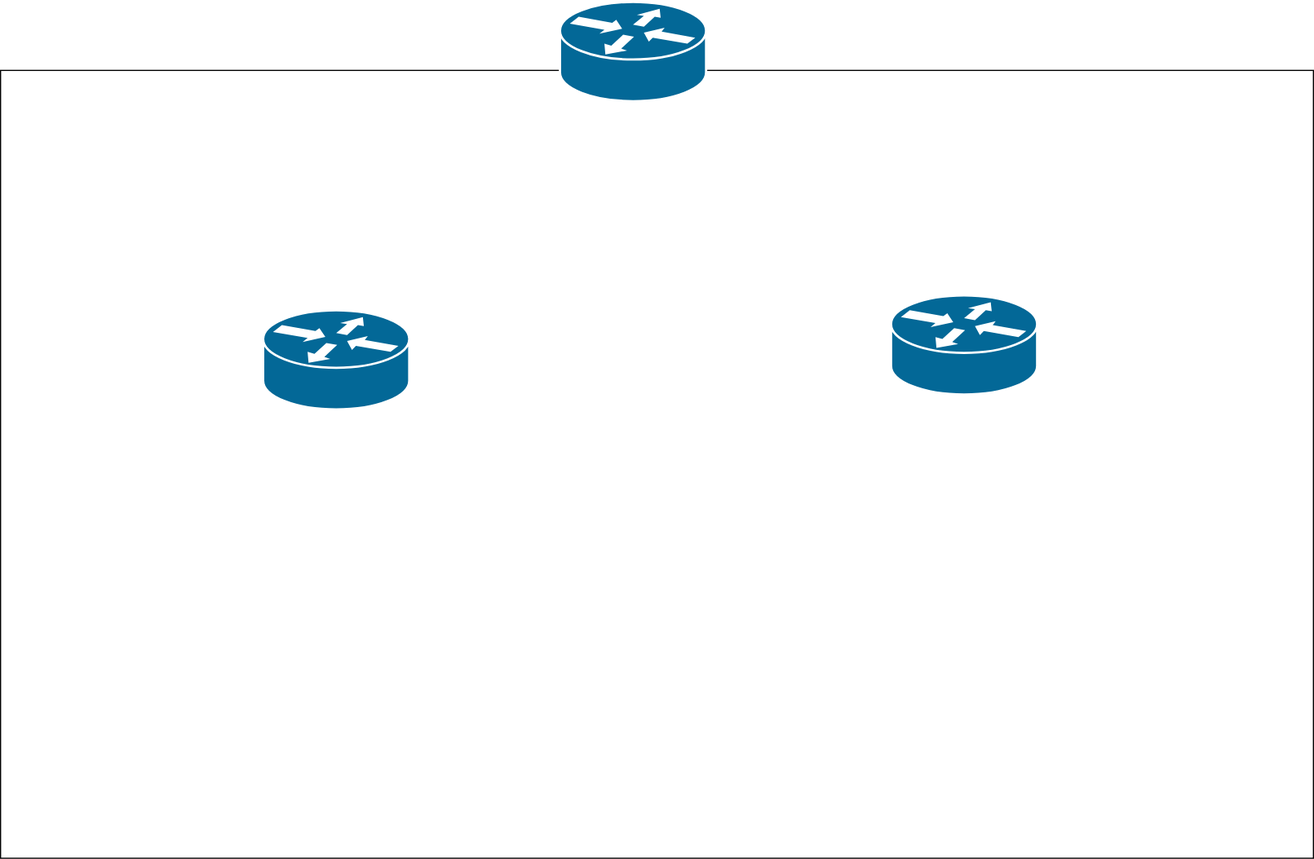
Earlier version of the draw.io export diagrams/vlan.drawio.svg (mu-ruU1/network-2022spring). Source tidied: cells renumbered, new cells last; positions are measured from the earlier drawing's top-left corner, leaving out a move shared by most shapes.
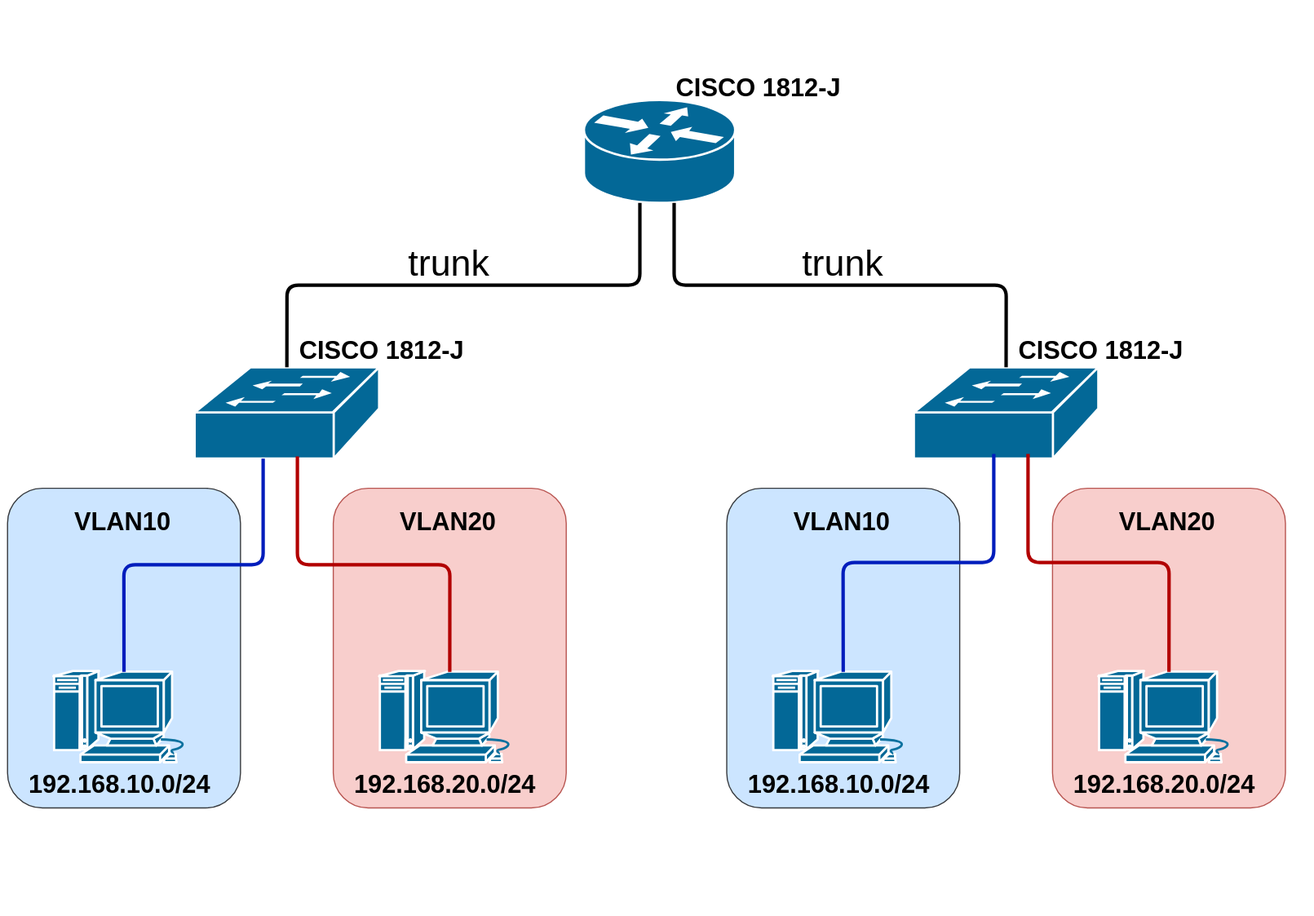
Later version of the same file.

Commit message:
トポロジ 完成

Change to the diagram source:
```diff
@@ -1,18 +1,125 @@
-<mxGraphModel background="#FFFFFF">
+<mxGraphModel background="#ffffff">
   <root>
     <mxCell id="0" />
     <mxCell id="1" parent="0" />
+    <mxCell id="6" style="rounded=1;whiteSpace=wrap;html=1;fontSize=22;fillColor=#f8cecc;strokeColor=#b85450;" parent="1" vertex="1">
+      <mxGeometry x="921.4" y="371" width="204.1" height="280" as="geometry" />
+    </mxCell>
+    <mxCell id="7" style="rounded=1;whiteSpace=wrap;html=1;fontSize=22;fillColor=#f8cecc;strokeColor=#b85450;" parent="1" vertex="1">
+      <mxGeometry x="291.4" y="371" width="204.1" height="280" as="geometry" />
+    </mxCell>
+    <mxCell id="8" style="rounded=1;whiteSpace=wrap;html=1;fontSize=22;fillColor=#cce5ff;strokeColor=#36393d;" parent="1" vertex="1">
+      <mxGeometry x="636.1" y="371" width="204.1" height="280" as="geometry" />
+    </mxCell>
+    <mxCell id="9" style="rounded=1;whiteSpace=wrap;html=1;fontSize=22;fillColor=#cce5ff;strokeColor=#36393d;" parent="1" vertex="1">
+      <mxGeometry x="6.1" y="371" width="204.1" height="280" as="geometry" />
+    </mxCell>
-    <mxCell id="2" style="rounded=0;whiteSpace=wrap;html=1;fillColor=none;" parent="1" vertex="1">
-      <mxGeometry y="60" width="1150" height="690" as="geometry" />
+    <mxCell id="2" style="rounded=0;whiteSpace=wrap;html=1;fillColor=none;strokeColor=none;" parent="1" vertex="1">
+      <mxGeometry y="-56" width="1150" height="800" as="geometry" />
     </mxCell>
-    <mxCell id="3" style="shape=mxgraph.cisco.routers.router;html=1;dashed=0;fillColor=#036897;strokeColor=#ffffff;strokeWidth=2;verticalLabelPosition=bottom;verticalAlign=top;align=center;" parent="1" vertex="1">
-      <mxGeometry x="230" y="270" width="128" height="87" as="geometry" />
-    </mxCell>
-    <mxCell id="4" style="shape=mxgraph.cisco.routers.router;html=1;dashed=0;fillColor=#036897;strokeColor=#ffffff;strokeWidth=2;verticalLabelPosition=bottom;verticalAlign=top;align=center;" parent="1" vertex="1">
-      <mxGeometry x="780" y="257" width="128" height="87" as="geometry" />
-    </mxCell>
     <mxCell id="5" style="shape=mxgraph.cisco.routers.router;html=1;dashed=0;fillColor=#036897;strokeColor=#ffffff;strokeWidth=2;verticalLabelPosition=bottom;verticalAlign=top;align=center;outlineConnect=0;" parent="1" vertex="1">
-      <mxGeometry x="490" width="128" height="87" as="geometry" />
+      <mxGeometry x="511" y="31" width="132.5" height="90" as="geometry" />
     </mxCell>
+    <mxCell id="10" value="CISCO 1812-J" style="text;whiteSpace=wrap;html=1;fontColor=#000000;fontStyle=1;fontSize=22;" parent="1" vertex="1">
+      <mxGeometry x="260" y="231" width="170" height="30" as="geometry" />
+    </mxCell>
+    <mxCell id="11" style="shape=mxgraph.cisco.switches.workgroup_switch;sketch=0;html=1;dashed=0;fillColor=#036897;strokeColor=#ffffff;strokeWidth=2;verticalLabelPosition=bottom;verticalAlign=top;align=center;outlineConnect=0;fontSize=21;" parent="1" vertex="1">
+      <mxGeometry x="170" y="265" width="161.6" height="80" as="geometry" />
+    </mxCell>
+    <mxCell id="12" style="shape=mxgraph.cisco.switches.workgroup_switch;sketch=0;html=1;dashed=0;fillColor=#036897;strokeColor=#ffffff;strokeWidth=2;verticalLabelPosition=bottom;verticalAlign=top;align=center;outlineConnect=0;fontSize=21;" parent="1" vertex="1">
+      <mxGeometry x="800" y="265" width="161.6" height="80" as="geometry" />
+    </mxCell>
+    <mxCell id="13" style="endArrow=none;html=1;fontSize=21;strokeColor=#000000;strokeWidth=3;exitX=0.5;exitY=0;exitDx=0;exitDy=0;exitPerimeter=0;edgeStyle=orthogonalEdgeStyle;" parent="1" edge="1" source="11" target="5">
+      <mxGeometry relative="1" as="geometry">
+        <Array as="points">
+          <mxPoint x="251" y="193" />
+          <mxPoint x="560" y="193" />
+        </Array>
+      </mxGeometry>
+    </mxCell>
+    <mxCell id="14" style="endArrow=none;html=1;fontSize=21;strokeColor=#000000;strokeWidth=3;exitX=0.5;exitY=0;exitDx=0;exitDy=0;exitPerimeter=0;edgeStyle=orthogonalEdgeStyle;" parent="1" edge="1" source="12" target="5">
+      <mxGeometry relative="1" as="geometry">
+        <Array as="points">
+          <mxPoint x="881" y="193" />
+          <mxPoint x="590" y="193" />
+        </Array>
+      </mxGeometry>
+    </mxCell>
+    <mxCell id="15" value="CISCO 1812-J" style="text;whiteSpace=wrap;html=1;fontColor=#000000;fontStyle=1;fontSize=22;" parent="1" vertex="1">
+      <mxGeometry x="890" y="231" width="170" height="30" as="geometry" />
+    </mxCell>
+    <mxCell id="16" value="CISCO 1812-J" style="text;whiteSpace=wrap;html=1;fontColor=#000000;fontStyle=1;fontSize=22;" parent="1" vertex="1">
+      <mxGeometry x="590" y="1" width="170" height="30" as="geometry" />
+    </mxCell>
+    <mxCell id="17" style="shape=mxgraph.cisco.computers_and_peripherals.macintosh;html=1;dashed=0;fillColor=#036897;strokeColor=#ffffff;strokeWidth=2;verticalLabelPosition=bottom;verticalAlign=top;align=center;outlineConnect=0;fontSize=22;" parent="1" vertex="1">
+      <mxGeometry x="46.2" y="531" width="123.8" height="80" as="geometry" />
+    </mxCell>
+    <mxCell id="18" style="shape=mxgraph.cisco.computers_and_peripherals.macintosh;html=1;dashed=0;fillColor=#036897;strokeColor=#ffffff;strokeWidth=2;verticalLabelPosition=bottom;verticalAlign=top;align=center;outlineConnect=0;fontSize=22;" parent="1" vertex="1">
+      <mxGeometry x="331.6" y="531" width="123.8" height="80" as="geometry" />
+    </mxCell>
+    <mxCell id="19" style="shape=mxgraph.cisco.computers_and_peripherals.macintosh;html=1;dashed=0;fillColor=#036897;strokeColor=#ffffff;strokeWidth=2;verticalLabelPosition=bottom;verticalAlign=top;align=center;outlineConnect=0;fontSize=22;" parent="1" vertex="1">
+      <mxGeometry x="961.6" y="531" width="123.8" height="80" as="geometry" />
+    </mxCell>
+    <mxCell id="20" style="shape=mxgraph.cisco.computers_and_peripherals.macintosh;html=1;dashed=0;fillColor=#036897;strokeColor=#ffffff;strokeWidth=2;verticalLabelPosition=bottom;verticalAlign=top;align=center;outlineConnect=0;fontSize=22;" parent="1" vertex="1">
+      <mxGeometry x="676.2" y="531" width="123.8" height="80" as="geometry" />
+    </mxCell>
+    <mxCell id="21" style="endArrow=none;html=1;fontSize=21;strokeColor=#001DBC;strokeWidth=3;exitX=0.5;exitY=0.01;exitDx=0;exitDy=0;exitPerimeter=0;edgeStyle=orthogonalEdgeStyle;shadow=0;fillColor=#0050ef;" parent="1" edge="1" source="17" target="11">
+      <mxGeometry relative="1" as="geometry">
+        <Array as="points">
+          <mxPoint x="108" y="438" />
+          <mxPoint x="230" y="438" />
+        </Array>
+      </mxGeometry>
+    </mxCell>
+    <mxCell id="22" style="endArrow=none;html=1;fontSize=21;strokeColor=#B20000;strokeWidth=3;exitX=0.5;exitY=0.01;exitDx=0;exitDy=0;exitPerimeter=0;edgeStyle=orthogonalEdgeStyle;fillColor=#e51400;" parent="1" edge="1" source="18">
+      <mxGeometry relative="1" as="geometry">
+        <mxPoint x="260" y="343" as="targetPoint" />
+        <Array as="points">
+          <mxPoint x="393" y="438" />
+          <mxPoint x="260" y="438" />
+          <mxPoint x="260" y="343" />
+        </Array>
+      </mxGeometry>
+    </mxCell>
+    <mxCell id="23" style="endArrow=none;html=1;fontSize=21;strokeColor=#001DBC;strokeWidth=3;exitX=0.5;exitY=0.01;exitDx=0;exitDy=0;exitPerimeter=0;edgeStyle=orthogonalEdgeStyle;fillColor=#0050ef;" parent="1" edge="1" source="20">
+      <mxGeometry relative="1" as="geometry">
+        <mxPoint x="870" y="341" as="targetPoint" />
+      </mxGeometry>
+    </mxCell>
+    <mxCell id="24" style="endArrow=none;html=1;fontSize=21;strokeColor=#B20000;strokeWidth=3;exitX=0.5;exitY=0.01;exitDx=0;exitDy=0;exitPerimeter=0;edgeStyle=orthogonalEdgeStyle;fillColor=#e51400;" parent="1" edge="1" source="19">
+      <mxGeometry relative="1" as="geometry">
+        <mxPoint x="900" y="341" as="targetPoint" />
+      </mxGeometry>
+    </mxCell>
+    <mxCell id="25" value="VLAN10" style="text;whiteSpace=wrap;html=1;fontColor=#000000;fontStyle=1;fontSize=22;" parent="1" vertex="1">
+      <mxGeometry x="63.1" y="381" width="90" height="30" as="geometry" />
+    </mxCell>
+    <mxCell id="26" value="VLAN10" style="text;whiteSpace=wrap;html=1;fontColor=#000000;fontStyle=1;fontSize=22;" parent="1" vertex="1">
+      <mxGeometry x="693.1" y="381" width="90" height="30" as="geometry" />
+    </mxCell>
+    <mxCell id="27" value="VLAN20" style="text;whiteSpace=wrap;html=1;fontColor=#000000;fontStyle=1;fontSize=22;" parent="1" vertex="1">
+      <mxGeometry x="348.5" y="381" width="90" height="30" as="geometry" />
+    </mxCell>
+    <mxCell id="28" value="VLAN20" style="text;whiteSpace=wrap;html=1;fontColor=#000000;fontStyle=1;fontSize=22;" parent="1" vertex="1">
+      <mxGeometry x="978.5" y="381" width="90" height="30" as="geometry" />
+    </mxCell>
+    <mxCell id="29" value="192.168.10.0/24" style="text;whiteSpace=wrap;html=1;fontColor=#000000;fontStyle=1;fontSize=22;" parent="1" vertex="1">
+      <mxGeometry x="23.1" y="611" width="170" height="30" as="geometry" />
+    </mxCell>
+    <mxCell id="30" value="192.168.10.0/24" style="text;whiteSpace=wrap;html=1;fontColor=#000000;fontStyle=1;fontSize=22;" parent="1" vertex="1">
+      <mxGeometry x="653.1" y="611" width="170" height="30" as="geometry" />
+    </mxCell>
+    <mxCell id="31" value="192.168.20.0/24" style="text;whiteSpace=wrap;html=1;fontColor=#000000;fontStyle=1;fontSize=22;" parent="1" vertex="1">
+      <mxGeometry x="308.5" y="611" width="170" height="30" as="geometry" />
+    </mxCell>
+    <mxCell id="32" value="192.168.20.0/24" style="text;whiteSpace=wrap;html=1;fontColor=#000000;fontStyle=1;fontSize=22;" parent="1" vertex="1">
+      <mxGeometry x="938.5" y="611" width="170" height="30" as="geometry" />
+    </mxCell>
+    <mxCell id="33" value="trunk" style="text;html=1;strokeColor=none;fillColor=none;align=center;verticalAlign=middle;whiteSpace=wrap;rounded=0;fontSize=32;fontColor=#000000;labelBackgroundColor=none;" parent="1" vertex="1">
+      <mxGeometry x="363.5" y="159" width="60" height="30" as="geometry" />
+    </mxCell>
+    <mxCell id="34" value="trunk" style="text;html=1;strokeColor=none;fillColor=none;align=center;verticalAlign=middle;whiteSpace=wrap;rounded=0;fontSize=32;fontColor=#000000;labelBackgroundColor=none;" parent="1" vertex="1">
+      <mxGeometry x="708.1" y="159" width="60" height="30" as="geometry" />
+    </mxCell>
   </root>
 </mxGraphModel>
```
